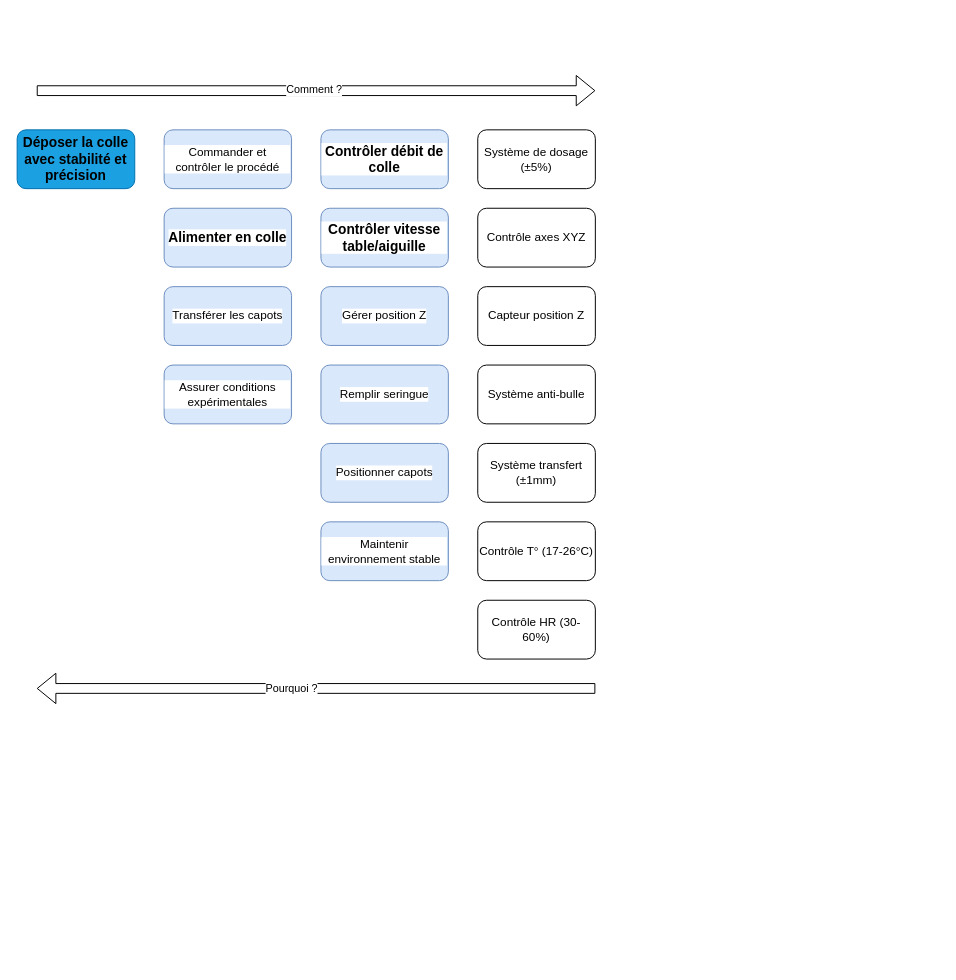
Earlier version of the draw.io diagram PDCA4/Diagramme_FAST.drawio (CharifMah/Systemes_automatises). Source tidied: cells renumbered, new cells numbered last; positions are measured from the earlier drawing's top-left corner, leaving out a move shared by most shapes. Both pictures are drawn from the tidied source at 98%, with x=0, y=0 at pixel (17, 90).
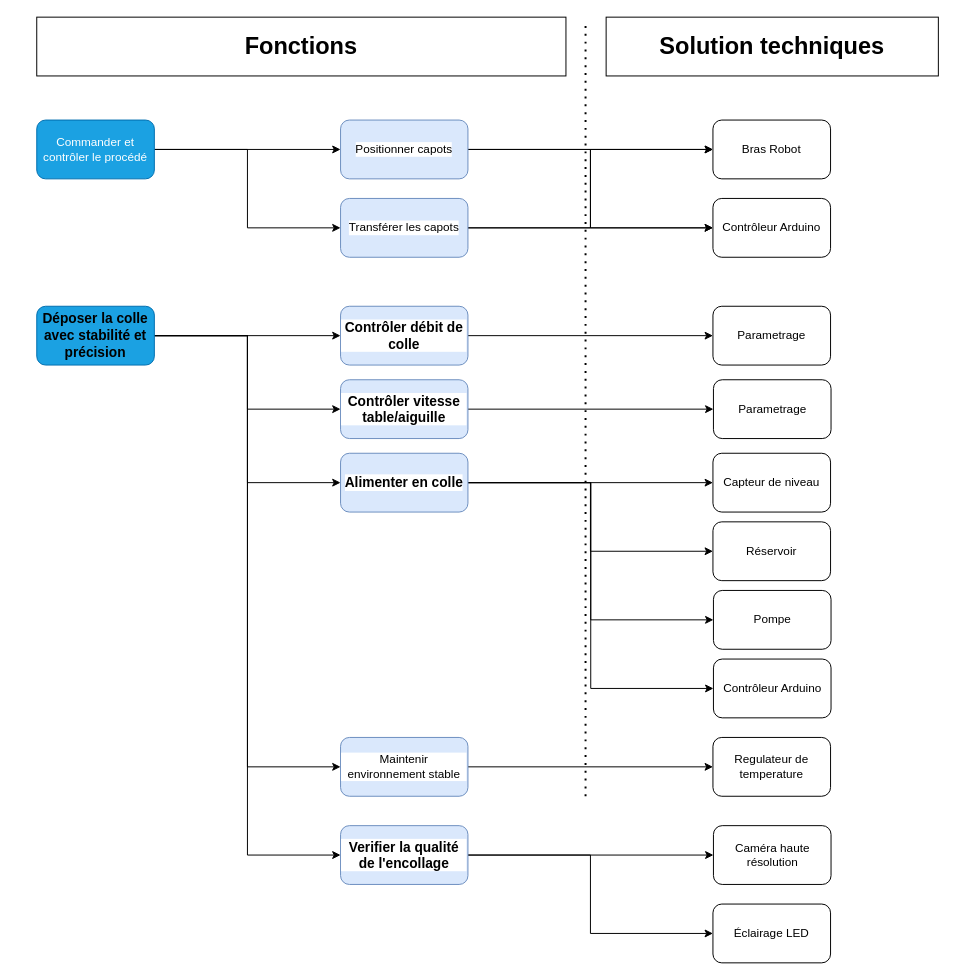
The same page after the edit.

The edit, as a diff of the source:
```diff
@@
+    <mxCell id="24" style="edgeStyle=orthogonalEdgeStyle;rounded=0;jettySize=auto;html=1;entryX=0;entryY=0.5;entryDx=0;entryDy=0;" parent="1" edge="1" source="2" target="3">
+      <mxGeometry relative="1" as="geometry" />
+    </mxCell>
+    <mxCell id="25" style="edgeStyle=orthogonalEdgeStyle;rounded=0;jettySize=auto;html=1;entryX=0;entryY=0.5;entryDx=0;entryDy=0;" parent="1" edge="1" source="2" target="5">
+      <mxGeometry relative="1" as="geometry" />
+    </mxCell>
+    <mxCell id="26" style="edgeStyle=orthogonalEdgeStyle;rounded=0;jettySize=auto;html=1;entryX=0;entryY=0.5;entryDx=0;entryDy=0;" parent="1" edge="1" source="2" target="12">
+      <mxGeometry relative="1" as="geometry" />
+    </mxCell>
+    <mxCell id="27" style="edgeStyle=orthogonalEdgeStyle;rounded=0;jettySize=auto;html=1;entryX=0;entryY=0.5;entryDx=0;entryDy=0;" parent="1" edge="1" source="2" target="6">
+      <mxGeometry relative="1" as="geometry" />
+    </mxCell>
+    <mxCell id="28" style="edgeStyle=orthogonalEdgeStyle;rounded=0;jettySize=auto;html=1;entryX=0;entryY=0.5;entryDx=0;entryDy=0;" parent="1" edge="1" source="2" target="56">
+      <mxGeometry relative="1" as="geometry" />
+    </mxCell>
     <mxCell id="2" value="&lt;span style=&quot;color: rgb(0, 0, 0); font-family: Arial, sans-serif; font-size: 14px; font-weight: 700;&quot;&gt;Déposer la colle avec stabilité et précision&lt;/span&gt;" style="rounded=1;whiteSpace=wrap;html=1;fillColor=#1ba1e2;fontColor=#ffffff;strokeColor=#006EAF;" parent="1" vertex="1">
-      <mxGeometry y="40" width="120" height="60" as="geometry" />
+      <mxGeometry x="20" y="220" width="120" height="60" as="geometry" />
     </mxCell>
+    <mxCell id="29" style="edgeStyle=orthogonalEdgeStyle;rounded=0;jettySize=auto;html=1;entryX=0;entryY=0.5;entryDx=0;entryDy=0;" parent="1" edge="1" source="3" target="48">
+      <mxGeometry relative="1" as="geometry" />
+    </mxCell>
+    <mxCell id="30" style="edgeStyle=orthogonalEdgeStyle;rounded=0;jettySize=auto;html=1;entryX=0;entryY=0.5;entryDx=0;entryDy=0;" parent="1" edge="1" source="3" target="51">
+      <mxGeometry relative="1" as="geometry" />
+    </mxCell>
+    <mxCell id="31" style="edgeStyle=orthogonalEdgeStyle;rounded=0;jettySize=auto;html=1;entryX=0;entryY=0.5;entryDx=0;entryDy=0;" parent="1" edge="1" source="3" target="52">
+      <mxGeometry relative="1" as="geometry" />
+    </mxCell>
+    <mxCell id="32" style="edgeStyle=orthogonalEdgeStyle;rounded=0;jettySize=auto;html=1;entryX=0;entryY=0.5;entryDx=0;entryDy=0;" parent="1" edge="1" source="3" target="53">
+      <mxGeometry relative="1" as="geometry" />
+    </mxCell>
     <mxCell id="3" value="&lt;span style=&quot;font-family: Arial, sans-serif; font-size: 14px; font-weight: 700;&quot;&gt;Alimenter en colle&lt;/span&gt;" style="rounded=1;whiteSpace=wrap;html=1;labelBackgroundColor=default;labelBorderColor=none;textShadow=0;fillColor=#dae8fc;strokeColor=#6c8ebf;" parent="1" vertex="1">
-      <mxGeometry x="150" y="120" width="130" height="60" as="geometry" />
+      <mxGeometry x="330" y="370" width="130" height="60" as="geometry" />
     </mxCell>
+    <mxCell id="33" style="edgeStyle=orthogonalEdgeStyle;rounded=0;jettySize=auto;html=1;entryX=0;entryY=0.5;entryDx=0;entryDy=0;" parent="1" edge="1" source="4" target="50">
+      <mxGeometry relative="1" as="geometry" />
+    </mxCell>
+    <mxCell id="34" style="edgeStyle=orthogonalEdgeStyle;rounded=0;jettySize=auto;html=1;entryX=0;entryY=0.5;entryDx=0;entryDy=0;" parent="1" edge="1" source="4" target="59">
+      <mxGeometry relative="1" as="geometry" />
+    </mxCell>
     <mxCell id="4" value="&lt;div&gt;Transférer les capots&lt;/div&gt;" style="rounded=1;whiteSpace=wrap;html=1;labelBackgroundColor=default;labelBorderColor=none;textShadow=0;fillColor=#dae8fc;strokeColor=#6c8ebf;" parent="1" vertex="1">
-      <mxGeometry x="150" y="200" width="130" height="60" as="geometry" />
+      <mxGeometry x="330" y="110" width="130" height="60" as="geometry" />
     </mxCell>
+    <mxCell id="35" style="edgeStyle=orthogonalEdgeStyle;rounded=0;jettySize=auto;html=1;entryX=0;entryY=0.5;entryDx=0;entryDy=0;" parent="1" edge="1" source="5" target="46">
+      <mxGeometry relative="1" as="geometry" />
+    </mxCell>
     <mxCell id="5" value="&lt;span style=&quot;font-family: Arial, sans-serif; font-size: 14px; font-weight: 700;&quot;&gt;Contrôler débit de colle&lt;/span&gt;" style="rounded=1;whiteSpace=wrap;html=1;labelBackgroundColor=default;labelBorderColor=none;textShadow=0;fillColor=#dae8fc;strokeColor=#6c8ebf;" parent="1" vertex="1">
-      <mxGeometry x="310" y="40" width="130" height="60" as="geometry" />
+      <mxGeometry x="330" y="220" width="130" height="60" as="geometry" />
     </mxCell>
+    <mxCell id="36" style="edgeStyle=orthogonalEdgeStyle;rounded=0;jettySize=auto;html=1;entryX=0;entryY=0.5;entryDx=0;entryDy=0;" parent="1" edge="1" source="6" target="47">
+      <mxGeometry relative="1" as="geometry" />
+    </mxCell>
     <mxCell id="6" value="&lt;span style=&quot;font-family: Arial, sans-serif; font-size: 14px; font-weight: 700;&quot;&gt;Contrôler vitesse table/aiguille&lt;/span&gt;" style="rounded=1;whiteSpace=wrap;html=1;labelBackgroundColor=default;labelBorderColor=none;textShadow=0;fillColor=#dae8fc;strokeColor=#6c8ebf;" parent="1" vertex="1">
-      <mxGeometry x="310" y="120" width="130" height="60" as="geometry" />
+      <mxGeometry x="330" y="295" width="130" height="60" as="geometry" />
     </mxCell>
-    <mxCell id="7" value="Gérer position Z" style="rounded=1;whiteSpace=wrap;html=1;labelBackgroundColor=default;labelBorderColor=none;textShadow=0;fillColor=#dae8fc;strokeColor=#6c8ebf;" parent="1" vertex="1">
-      <mxGeometry x="310" y="200" width="130" height="60" as="geometry" />
-    </mxCell>
-    <mxCell id="8" value="Remplir seringue" style="rounded=1;whiteSpace=wrap;html=1;labelBackgroundColor=default;labelBorderColor=none;textShadow=0;fillColor=#dae8fc;strokeColor=#6c8ebf;" parent="1" vertex="1">
-      <mxGeometry x="310" y="280" width="130" height="60" as="geometry" />
-    </mxCell>
+    <mxCell id="37" style="edgeStyle=orthogonalEdgeStyle;rounded=0;jettySize=auto;html=1;entryX=0;entryY=0.5;entryDx=0;entryDy=0;exitX=1;exitY=0.5;exitDx=0;exitDy=0;" parent="1" edge="1" source="9" target="11">
+      <mxGeometry relative="1" as="geometry" />
+    </mxCell>
+    <mxCell id="38" style="edgeStyle=orthogonalEdgeStyle;rounded=0;jettySize=auto;html=1;entryX=0;entryY=0.5;entryDx=0;entryDy=0;" parent="1" edge="1" source="11" target="50">
+      <mxGeometry relative="1" as="geometry" />
+    </mxCell>
+    <mxCell id="39" style="edgeStyle=orthogonalEdgeStyle;rounded=0;jettySize=auto;html=1;entryX=0;entryY=0.5;entryDx=0;entryDy=0;" parent="1" edge="1" source="11" target="59">
+      <mxGeometry relative="1" as="geometry" />
+    </mxCell>
+    <mxCell id="11" value="Positionner capots" style="rounded=1;whiteSpace=wrap;html=1;labelBackgroundColor=default;labelBorderColor=none;textShadow=0;fillColor=#dae8fc;strokeColor=#6c8ebf;" parent="1" vertex="1">
+      <mxGeometry x="330" y="30" width="130" height="60" as="geometry" />
+    </mxCell>
+    <mxCell id="40" style="edgeStyle=orthogonalEdgeStyle;rounded=0;jettySize=auto;html=1;entryX=0;entryY=0.5;entryDx=0;entryDy=0;" parent="1" edge="1" source="12" target="49">
+      <mxGeometry relative="1" as="geometry" />
+    </mxCell>
+    <mxCell id="12" value="Maintenir environnement stable" style="rounded=1;whiteSpace=wrap;html=1;labelBackgroundColor=default;labelBorderColor=none;textShadow=0;fillColor=#dae8fc;strokeColor=#6c8ebf;" parent="1" vertex="1">
+      <mxGeometry x="330" y="660" width="130" height="60" as="geometry" />
+    </mxCell>
+    <mxCell id="41" style="edgeStyle=orthogonalEdgeStyle;rounded=0;jettySize=auto;html=1;entryX=0;entryY=0.5;entryDx=0;entryDy=0;" parent="1" edge="1" source="9" target="4">
+      <mxGeometry relative="1" as="geometry" />
+    </mxCell>
-    <mxCell id="9" value="Commander et contrôler le procédé" style="rounded=1;whiteSpace=wrap;html=1;labelBackgroundColor=default;labelBorderColor=none;textShadow=0;fillColor=#dae8fc;strokeColor=#6c8ebf;" parent="1" vertex="1">
-      <mxGeometry x="150" y="40" width="130" height="60" as="geometry" />
+    <mxCell id="9" value="&lt;span&gt;&lt;font style=&quot;color: light-dark(rgb(255, 255, 255), rgb(255, 255, 255));&quot;&gt;Commander et contrôler le procédé&lt;/font&gt;&lt;/span&gt;" style="rounded=1;whiteSpace=wrap;html=1;fillColor=#1ba1e2;fontColor=#ffffff;strokeColor=#006EAF;" parent="1" vertex="1">
+      <mxGeometry x="20" y="30" width="120" height="60" as="geometry" />
     </mxCell>
-    <mxCell id="10" value="&lt;div&gt;Assurer conditions expérimentales&lt;/div&gt;" style="rounded=1;whiteSpace=wrap;html=1;labelBackgroundColor=default;labelBorderColor=none;textShadow=0;fillColor=#dae8fc;strokeColor=#6c8ebf;" parent="1" vertex="1">
-      <mxGeometry x="150" y="280" width="130" height="60" as="geometry" />
-    </mxCell>
-    <mxCell id="11" value="Positionner capots" style="rounded=1;whiteSpace=wrap;html=1;labelBackgroundColor=default;labelBorderColor=none;textShadow=0;fillColor=#dae8fc;strokeColor=#6c8ebf;" parent="1" vertex="1">
-      <mxGeometry x="310" y="360" width="130" height="60" as="geometry" />
-    </mxCell>
-    <mxCell id="12" value="Maintenir environnement stable" style="rounded=1;whiteSpace=wrap;html=1;labelBackgroundColor=default;labelBorderColor=none;textShadow=0;fillColor=#dae8fc;strokeColor=#6c8ebf;" parent="1" vertex="1">
-      <mxGeometry x="310" y="440" width="130" height="60" as="geometry" />
-    </mxCell>
-    <mxCell id="13" value="Système de dosage (±5%)" style="rounded=1;whiteSpace=wrap;html=1;" parent="1" vertex="1">
-      <mxGeometry x="470" y="40" width="120" height="60" as="geometry" />
-    </mxCell>
-    <mxCell id="14" value="Contrôle axes XYZ" style="rounded=1;whiteSpace=wrap;html=1;" parent="1" vertex="1">
-      <mxGeometry x="470" y="120" width="120" height="60" as="geometry" />
-    </mxCell>
-    <mxCell id="15" value="Capteur position Z" style="rounded=1;whiteSpace=wrap;html=1;" parent="1" vertex="1">
-      <mxGeometry x="470" y="200" width="120" height="60" as="geometry" />
-    </mxCell>
-    <mxCell id="16" value="Système anti-bulle" style="rounded=1;whiteSpace=wrap;html=1;" parent="1" vertex="1">
-      <mxGeometry x="470" y="280" width="120" height="60" as="geometry" />
-    </mxCell>
-    <mxCell id="17" value="Système transfert (±1mm)" style="rounded=1;whiteSpace=wrap;html=1;" parent="1" vertex="1">
-      <mxGeometry x="470" y="360" width="120" height="60" as="geometry" />
-    </mxCell>
-    <mxCell id="18" value="Contrôle T° (17-26°C)" style="rounded=1;whiteSpace=wrap;html=1;" parent="1" vertex="1">
-      <mxGeometry x="470" y="440" width="120" height="60" as="geometry" />
-    </mxCell>
-    <mxCell id="19" value="Contrôle HR (30-60%)" style="rounded=1;whiteSpace=wrap;html=1;" parent="1" vertex="1">
-      <mxGeometry x="470" y="520" width="120" height="60" as="geometry" />
-    </mxCell>
-    <mxCell id="20" style="shape=flexArrow;endArrow=classic;html=1;rounded=0;" parent="1" edge="1">
-      <mxGeometry relative="1" as="geometry">
-        <mxPoint x="590" y="610" as="sourcePoint" />
-        <mxPoint x="20" y="610" as="targetPoint" />
-      </mxGeometry>
-    </mxCell>
-    <mxCell id="21" value="Pourquoi ?" style="edgeLabel;html=1;align=center;verticalAlign=middle;" parent="20" vertex="1">
-      <mxGeometry x="0.09" y="-1" relative="1" as="geometry" />
-    </mxCell>
-    <mxCell id="22" style="shape=flexArrow;endArrow=classic;html=1;rounded=0;" parent="1" edge="1">
-      <mxGeometry relative="1" as="geometry">
-        <mxPoint x="20" as="sourcePoint" />
-        <mxPoint x="590" as="targetPoint" />
-      </mxGeometry>
-    </mxCell>
-    <mxCell id="23" value="Comment ?" style="edgeLabel;html=1;align=center;verticalAlign=middle;" parent="22" vertex="1">
-      <mxGeometry x="-0.01" y="2" relative="1" as="geometry" />
-    </mxCell>
+    <mxCell id="42" style="endArrow=none;dashed=1;html=1;dashPattern=1 3;strokeWidth=2;rounded=0;" parent="1" edge="1">
+      <mxGeometry relative="1" as="geometry">
+        <mxPoint x="580" y="720" as="sourcePoint" />
+        <mxPoint x="580" y="-70" as="targetPoint" />
+      </mxGeometry>
+    </mxCell>
+    <mxCell id="43" value="&lt;h1&gt;&lt;br&gt;&lt;/h1&gt;" style="text;html=1;align=center;verticalAlign=middle;whiteSpace=wrap;rounded=0;" parent="1" vertex="1">
+      <mxGeometry x="640" y="-60" width="270" height="30" as="geometry" />
+    </mxCell>
+    <mxCell id="44" value="&lt;h1&gt;&lt;b&gt;Fonctions&lt;/b&gt;&lt;/h1&gt;" style="rounded=0;whiteSpace=wrap;html=1;" parent="1" vertex="1">
+      <mxGeometry x="20" y="-75" width="540" height="60" as="geometry" />
+    </mxCell>
+    <mxCell id="45" value="&lt;h1&gt;&lt;b&gt;Solution techniques&lt;/b&gt;&lt;/h1&gt;" style="rounded=0;whiteSpace=wrap;html=1;" parent="1" vertex="1">
+      <mxGeometry x="601" y="-75" width="339" height="60" as="geometry" />
+    </mxCell>
+    <mxCell id="46" value="Parametrage" style="rounded=1;whiteSpace=wrap;html=1;" parent="1" vertex="1">
+      <mxGeometry x="710" y="220" width="120" height="60" as="geometry" />
+    </mxCell>
+    <mxCell id="47" value="Parametrage" style="rounded=1;whiteSpace=wrap;html=1;" parent="1" vertex="1">
+      <mxGeometry x="710.5" y="295" width="120" height="60" as="geometry" />
+    </mxCell>
+    <mxCell id="48" value="Capteur de niveau" style="rounded=1;whiteSpace=wrap;html=1;" parent="1" vertex="1">
+      <mxGeometry x="710" y="370" width="120" height="60" as="geometry" />
+    </mxCell>
+    <mxCell id="49" value="Regulateur de temperature" style="rounded=1;whiteSpace=wrap;html=1;" parent="1" vertex="1">
+      <mxGeometry x="710" y="660" width="120" height="60" as="geometry" />
+    </mxCell>
+    <mxCell id="50" value="Bras Robot" style="rounded=1;whiteSpace=wrap;html=1;" parent="1" vertex="1">
+      <mxGeometry x="710" y="30" width="120" height="60" as="geometry" />
+    </mxCell>
+    <mxCell id="51" value="Réservoir " style="rounded=1;whiteSpace=wrap;html=1;" parent="1" vertex="1">
+      <mxGeometry x="710" y="440" width="120" height="60" as="geometry" />
+    </mxCell>
+    <mxCell id="52" value="Pompe" style="rounded=1;whiteSpace=wrap;html=1;" parent="1" vertex="1">
+      <mxGeometry x="710.5" y="510" width="120" height="60" as="geometry" />
+    </mxCell>
+    <mxCell id="53" value="Contrôleur Arduino" style="rounded=1;whiteSpace=wrap;html=1;" parent="1" vertex="1">
+      <mxGeometry x="710.5" y="580" width="120" height="60" as="geometry" />
+    </mxCell>
+    <mxCell id="54" style="edgeStyle=orthogonalEdgeStyle;rounded=0;jettySize=auto;html=1;" parent="1" edge="1" source="56" target="57">
+      <mxGeometry relative="1" as="geometry" />
+    </mxCell>
+    <mxCell id="55" style="edgeStyle=orthogonalEdgeStyle;rounded=0;jettySize=auto;html=1;entryX=0;entryY=0.5;entryDx=0;entryDy=0;" parent="1" edge="1" source="56" target="58">
+      <mxGeometry relative="1" as="geometry" />
+    </mxCell>
+    <mxCell id="56" value="&lt;span style=&quot;font-family: Arial, sans-serif; font-size: 14px; font-weight: 700;&quot;&gt;Verifier la qualité de l'encollage&lt;/span&gt;" style="rounded=1;whiteSpace=wrap;html=1;labelBackgroundColor=default;labelBorderColor=none;textShadow=0;fillColor=#dae8fc;strokeColor=#6c8ebf;" parent="1" vertex="1">
+      <mxGeometry x="330" y="750" width="130" height="60" as="geometry" />
+    </mxCell>
+    <mxCell id="57" value="Caméra haute résolution" style="rounded=1;whiteSpace=wrap;html=1;" parent="1" vertex="1">
+      <mxGeometry x="710.5" y="750" width="120" height="60" as="geometry" />
+    </mxCell>
+    <mxCell id="58" value="Éclairage LED" style="rounded=1;whiteSpace=wrap;html=1;" parent="1" vertex="1">
+      <mxGeometry x="710" y="830" width="120" height="60" as="geometry" />
+    </mxCell>
+    <mxCell id="59" value="Contrôleur Arduino" style="rounded=1;whiteSpace=wrap;html=1;" parent="1" vertex="1">
+      <mxGeometry x="710" y="110" width="120" height="60" as="geometry" />
+    </mxCell>
```
